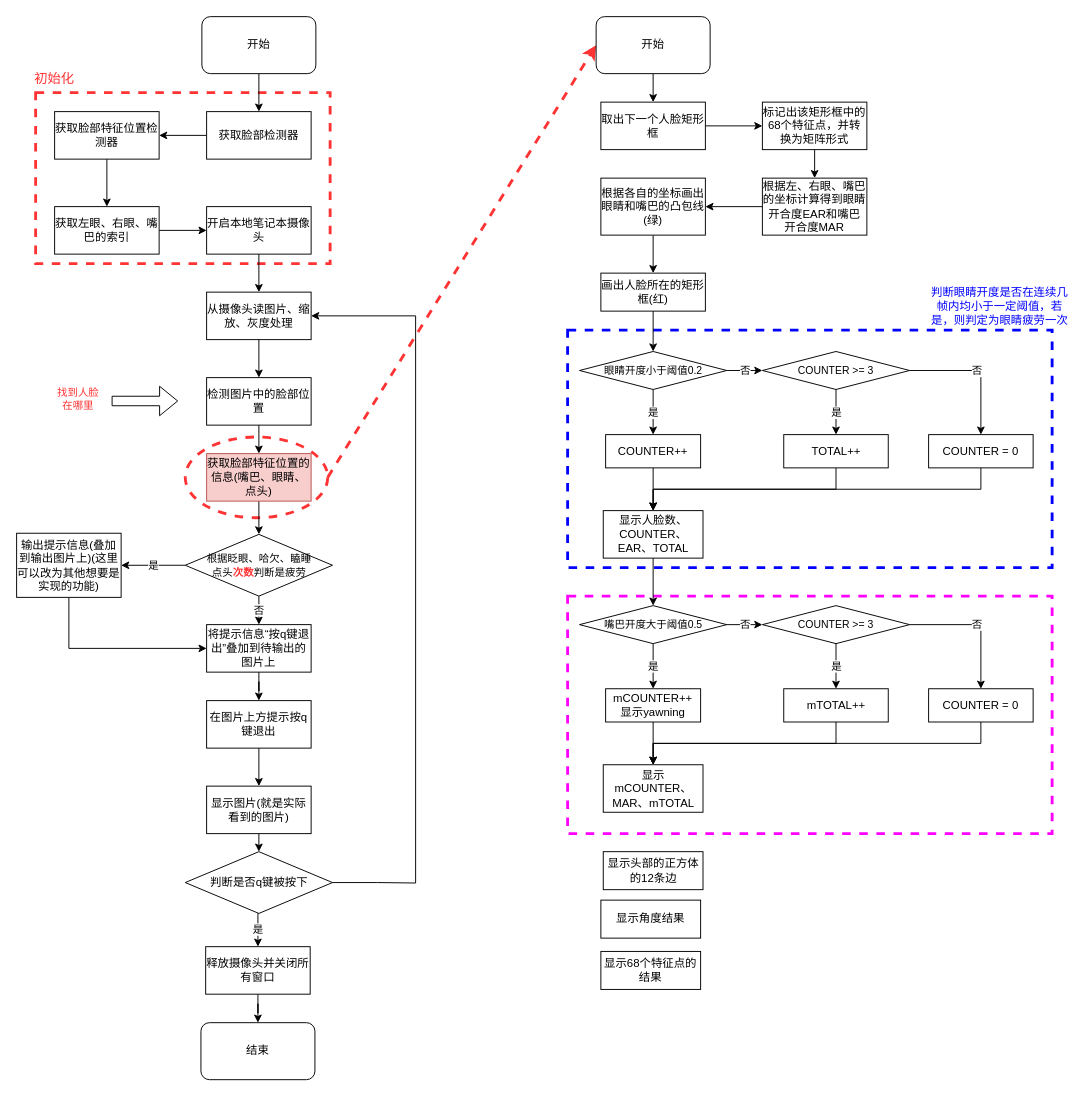
18young/18young.github.io keeps this draw.io diagram as Untitled Diagram 2.drawio. Above is the earlier version. Source tidied: cells renumbered, new cells numbered last; positions are measured from the earlier drawing's top-left corner, leaving out a move shared by most shapes. Both pictures are drawn from the tidied source at 95%, with x=0, y=0 at pixel (16, 16).
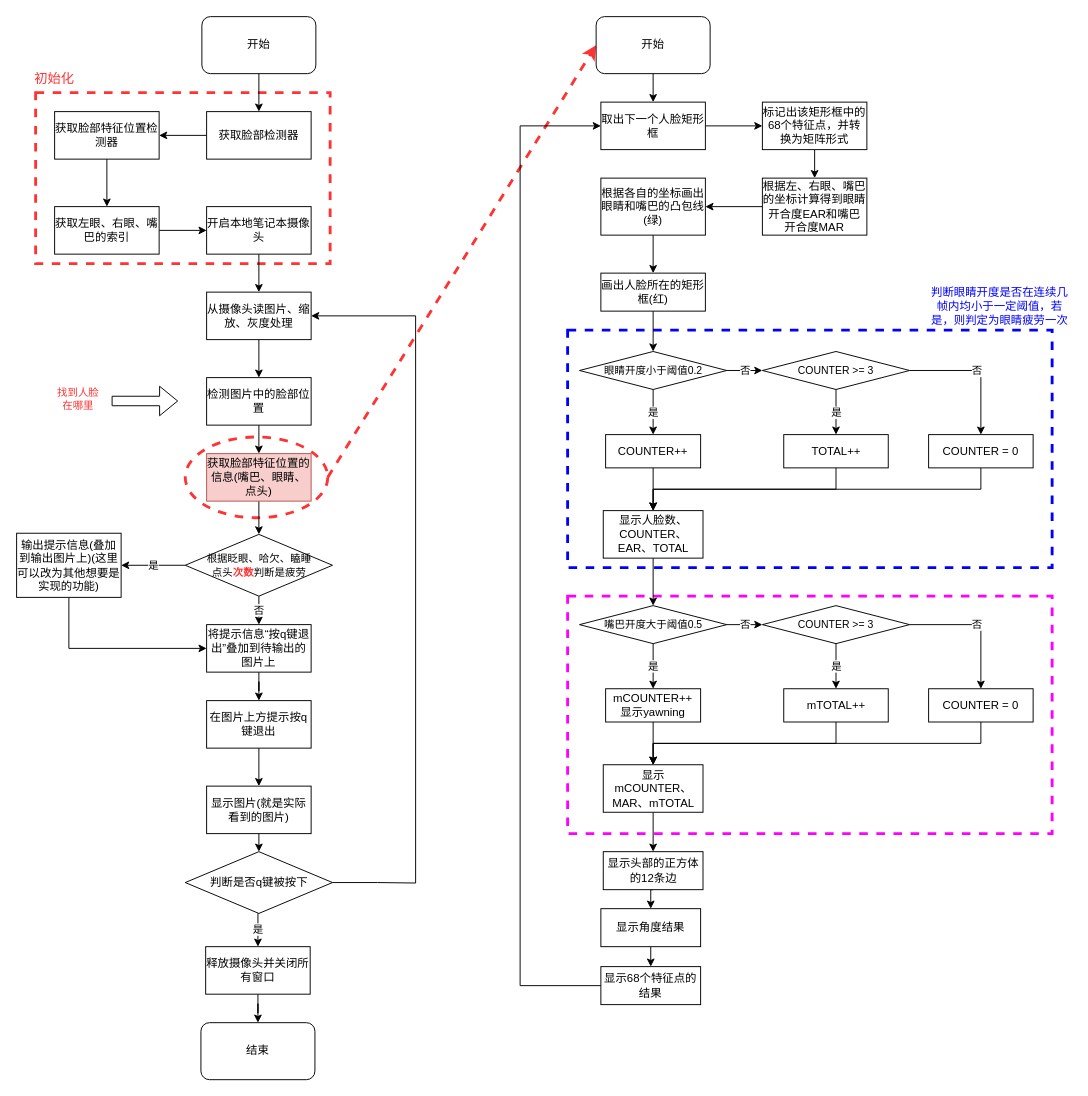
After the change.

The change refers to these unchanged cells:
```xml
<mxCell id="5" style="ellipse;whiteSpace=wrap;html=1;fontSize=11;dashed=1;strokeColor=#FF3333;fillColor=none;strokeWidth=3;" parent="1" vertex="1">
  <mxGeometry x="177.5" y="442.5" width="150" height="85" as="geometry" />
</mxCell>
<mxCell id="37" value="开始" style="rounded=1;whiteSpace=wrap;html=1;" parent="1" vertex="1">
  <mxGeometry x="610" width="120" height="60" as="geometry" />
</mxCell>
<mxCell id="46" value="取出下一个人脸矩形框" style="rounded=0;whiteSpace=wrap;html=1;" parent="1" vertex="1">
  <mxGeometry x="615" y="90" width="110" height="50" as="geometry" />
</mxCell>
<mxCell id="82" value="显示mCOUNTER、MAR、mTOTAL" style="rounded=0;whiteSpace=wrap;html=1;" parent="1" vertex="1">
  <mxGeometry x="617.5" y="787.5" width="105" height="50" as="geometry" />
</mxCell>
<mxCell id="83" value="显示头部的正方体的12条边" style="rounded=0;whiteSpace=wrap;html=1;" parent="1" vertex="1">
  <mxGeometry x="617.5" y="879" width="105" height="40" as="geometry" />
</mxCell>
```

The edit, as a diff of the source:
```diff
@@
-    <mxCell id="35" style="endArrow=classic;html=1;fontSize=11;exitX=1;exitY=0.5;exitDx=0;exitDy=0;entryX=0;entryY=0.5;entryDx=0;entryDy=0;strokeColor=#FF3333;dashed=1;strokeWidth=3;" parent="1" edge="1" source="5" target="37">
+    <mxCell id="35" style="endArrow=classic;html=1;fontSize=11;exitX=1;exitY=0.5;exitDx=0;exitDy=0;strokeColor=#FF3333;dashed=1;strokeWidth=3;entryX=0;entryY=0.5;entryDx=0;entryDy=0;" parent="1" edge="1" source="5" target="37">
       <mxGeometry relative="1" as="geometry" />
     </mxCell>
@@
+    <mxCell id="86" style="edgeStyle=orthogonalEdgeStyle;rounded=0;jettySize=auto;html=1;entryX=0.5;entryY=0;entryDx=0;entryDy=0;fontSize=12;fontColor=#0000FF;strokeColor=#000000;strokeWidth=1;" parent="1" edge="1" source="82" target="83">
+      <mxGeometry relative="1" as="geometry" />
+    </mxCell>
@@
+    <mxCell id="87" style="edgeStyle=orthogonalEdgeStyle;rounded=0;jettySize=auto;html=1;exitX=0.5;exitY=1;exitDx=0;exitDy=0;entryX=0.5;entryY=0;entryDx=0;entryDy=0;fontSize=12;fontColor=#0000FF;strokeColor=#000000;strokeWidth=1;" parent="1" edge="1" source="83" target="84">
+      <mxGeometry relative="1" as="geometry" />
+    </mxCell>
@@
+    <mxCell id="88" style="edgeStyle=orthogonalEdgeStyle;rounded=0;jettySize=auto;html=1;exitX=0.5;exitY=1;exitDx=0;exitDy=0;entryX=0.5;entryY=0;entryDx=0;entryDy=0;fontSize=12;fontColor=#0000FF;strokeColor=#000000;strokeWidth=1;" parent="1" edge="1" source="84" target="85">
+      <mxGeometry relative="1" as="geometry" />
+    </mxCell>
     <mxCell id="84" value="显示角度结果" style="rounded=0;whiteSpace=wrap;html=1;" parent="1" vertex="1">
-      <mxGeometry x="615" y="930" width="105" height="40" as="geometry" />
+      <mxGeometry x="615" y="939" width="105" height="40" as="geometry" />
     </mxCell>
+    <mxCell id="89" style="edgeStyle=orthogonalEdgeStyle;rounded=0;jettySize=auto;html=1;fontSize=12;fontColor=#0000FF;strokeColor=#000000;strokeWidth=1;entryX=0;entryY=0.5;entryDx=0;entryDy=0;exitX=0;exitY=0.5;exitDx=0;exitDy=0;" parent="1" edge="1" source="85" target="46">
+      <mxGeometry relative="1" as="geometry">
+        <Array as="points">
+          <mxPoint x="530" y="1020" />
+          <mxPoint x="530" y="115" />
+        </Array>
+      </mxGeometry>
+    </mxCell>
     <mxCell id="85" value="显示68个特征点的结果" style="rounded=0;whiteSpace=wrap;html=1;" parent="1" vertex="1">
-      <mxGeometry x="615" y="984" width="105" height="40" as="geometry" />
+      <mxGeometry x="615" y="1000" width="105" height="40" as="geometry" />
     </mxCell>
```
